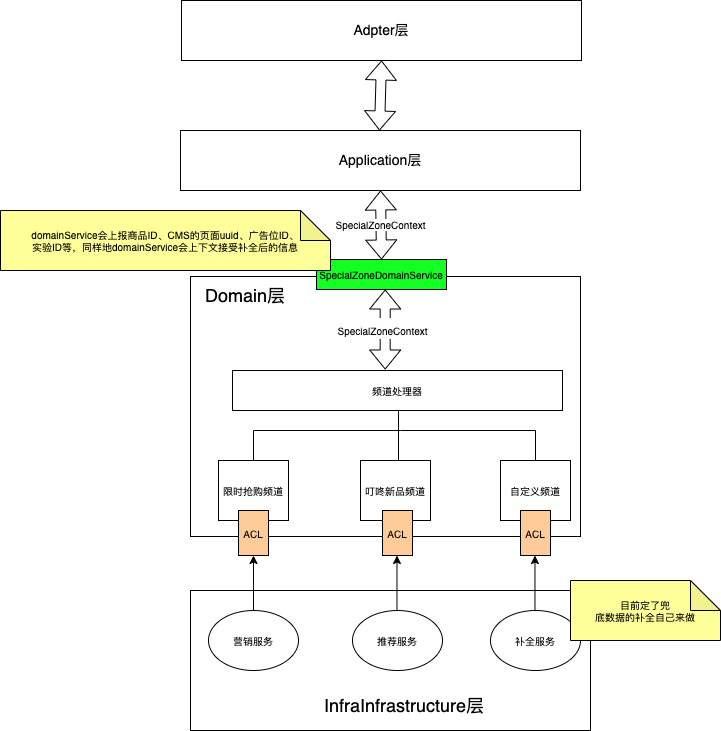
Ant-dong/images keeps this draw.io diagram as 特色专区DDD流程图.png. Above is the earlier version. Source tidied: cells renumbered, new cells last; positions are measured from the earlier drawing's top-left corner, leaving out a move shared by most shapes.
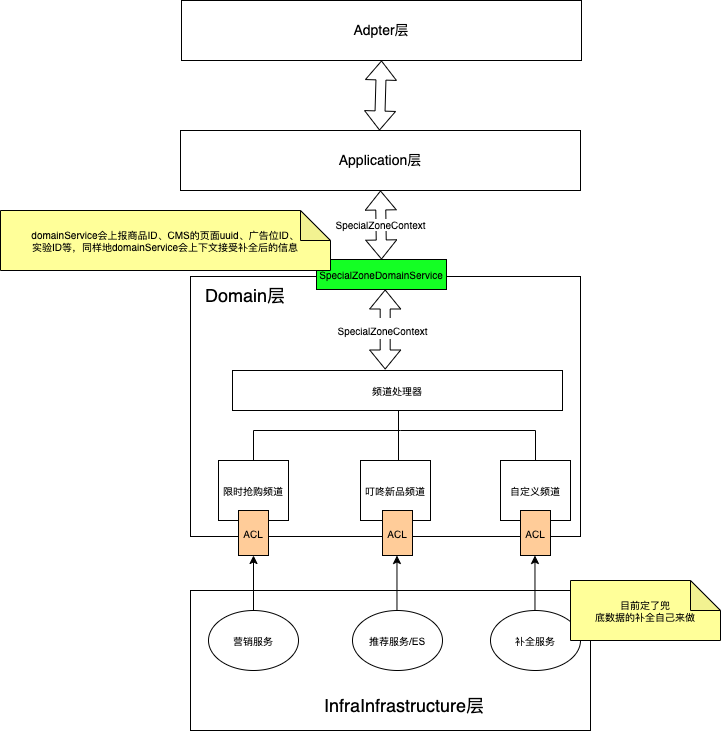
Above is the later version.

Commit message:
更新特色专区DDD流程图.png

Change to the diagram source:
```diff
@@ -81,7 +81,7 @@
     <mxCell id="22" value="营销服务" style="ellipse;whiteSpace=wrap;html=1;fontSize=10;fillColor=#FFFFFF;" parent="1" vertex="1">
       <mxGeometry x="208" y="610" width="90" height="60" as="geometry" />
     </mxCell>
-    <mxCell id="23" value="推荐服务" style="ellipse;whiteSpace=wrap;html=1;fontSize=10;fillColor=#FFFFFF;" parent="1" vertex="1">
+    <mxCell id="23" value="推荐服务/ES" style="ellipse;whiteSpace=wrap;html=1;fontSize=10;fillColor=#FFFFFF;" parent="1" vertex="1">
       <mxGeometry x="352" y="610" width="90" height="60" as="geometry" />
     </mxCell>
     <mxCell id="24" value="补全服务" style="ellipse;whiteSpace=wrap;html=1;fontSize=10;fillColor=#FFFFFF;" parent="1" vertex="1">
```
